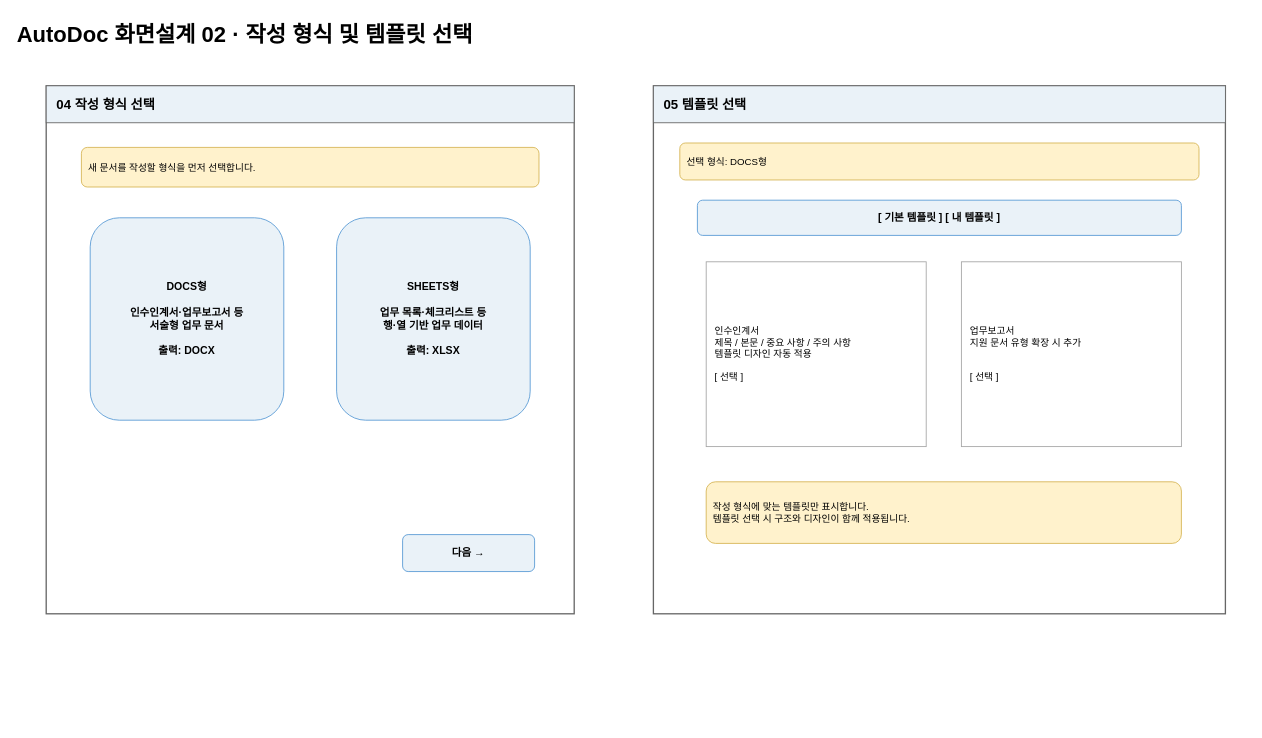
The draw.io diagram page "02 형식·템플릿선택" (2 of 14) of docs/design/AutoDoc_화면설계서.drawio in Ncoding2023/autodoc, before the edit. Source tidied: cells renumbered, new cells numbered last; positions are measured from the earlier drawing's top-left corner, leaving out a move shared by most shapes. Both pictures are drawn from the tidied source at 88%, with x=0, y=0 at pixel (15, 15).
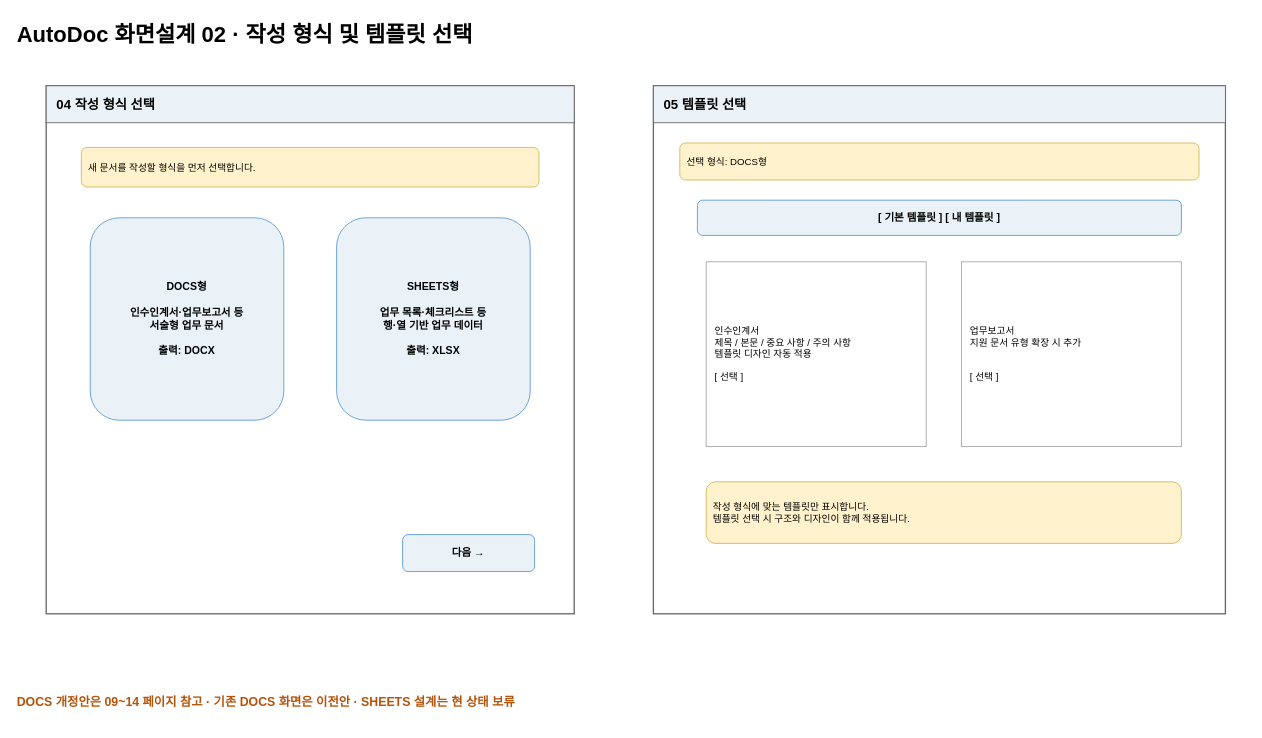
The same diagram, later.

Change to the diagram source:
```diff
@@
 <mxGraphModel>
   <root>
     <mxCell id="0" />
     <mxCell id="1" parent="0" />
     <mxCell id="2" value="AutoDoc 화면설계 02 · 작성 형식 및 템플릿 선택" style="text;html=1;fontSize=25;fontStyle=1;align=left;verticalAlign=middle;" parent="1" vertex="1">
       <mxGeometry width="1200" height="42" as="geometry" />
     </mxCell>
     <mxCell id="3" style="rounded=0;html=1;whiteSpace=wrap;fillColor=#FFFFFF;strokeColor=#666666;strokeWidth=1.5;" parent="1" vertex="1">
       <mxGeometry x="35" y="80" width="600" height="600" as="geometry" />
     </mxCell>
     <mxCell id="4" value="04 작성 형식 선택" style="rounded=0;html=1;whiteSpace=wrap;fillColor=#EAF2F8;strokeColor=#666666;fontStyle=1;fontSize=15;align=left;spacingLeft=10;" parent="1" vertex="1">
       <mxGeometry x="35" y="80" width="600" height="42" as="geometry" />
     </mxCell>
     <mxCell id="5" value="새 문서를 작성할 형식을 먼저 선택합니다." style="rounded=1;html=1;whiteSpace=wrap;fillColor=#FFF2CC;strokeColor=#D6B656;align=left;spacing=8;fontSize=11;" parent="1" vertex="1">
       <mxGeometry x="75" y="150" width="520" height="45" as="geometry" />
     </mxCell>
     <mxCell id="6" value="DOCS형&lt;br&gt;&lt;br&gt;인수인계서·업무보고서 등&lt;br&gt;서술형 업무 문서&lt;br&gt;&lt;br&gt;출력: DOCX" style="rounded=1;html=1;whiteSpace=wrap;fillColor=#EAF2F8;strokeColor=#5B9BD5;fontStyle=1;fontSize=12;" parent="1" vertex="1">
       <mxGeometry x="85" y="230" width="220" height="230" as="geometry" />
     </mxCell>
     <mxCell id="7" value="SHEETS형&lt;br&gt;&lt;br&gt;업무 목록·체크리스트 등&lt;br&gt;행·열 기반 업무 데이터&lt;br&gt;&lt;br&gt;출력: XLSX" style="rounded=1;html=1;whiteSpace=wrap;fillColor=#EAF2F8;strokeColor=#5B9BD5;fontStyle=1;fontSize=12;" parent="1" vertex="1">
       <mxGeometry x="365" y="230" width="220" height="230" as="geometry" />
     </mxCell>
     <mxCell id="8" value="다음 →" style="rounded=1;html=1;whiteSpace=wrap;fillColor=#EAF2F8;strokeColor=#5B9BD5;fontStyle=1;fontSize=12;" parent="1" vertex="1">
       <mxGeometry x="440" y="590" width="150" height="42" as="geometry" />
     </mxCell>
     <mxCell id="9" style="rounded=0;html=1;whiteSpace=wrap;fillColor=#FFFFFF;strokeColor=#666666;strokeWidth=1.5;" parent="1" vertex="1">
       <mxGeometry x="725" y="80" width="650" height="600" as="geometry" />
     </mxCell>
     <mxCell id="10" value="05 템플릿 선택" style="rounded=0;html=1;whiteSpace=wrap;fillColor=#EAF2F8;strokeColor=#666666;fontStyle=1;fontSize=15;align=left;spacingLeft=10;" parent="1" vertex="1">
       <mxGeometry x="725" y="80" width="650" height="42" as="geometry" />
     </mxCell>
     <mxCell id="11" value="선택 형식: DOCS형" style="rounded=1;html=1;whiteSpace=wrap;fillColor=#FFF2CC;strokeColor=#D6B656;align=left;spacing=8;fontSize=11;" parent="1" vertex="1">
       <mxGeometry x="755" y="145" width="590" height="42" as="geometry" />
     </mxCell>
     <mxCell id="12" value="[ 기본 템플릿 ]      [ 내 템플릿 ]" style="rounded=1;html=1;whiteSpace=wrap;fillColor=#EAF2F8;strokeColor=#5B9BD5;fontStyle=1;fontSize=12;" parent="1" vertex="1">
       <mxGeometry x="775" y="210" width="550" height="40" as="geometry" />
     </mxCell>
     <mxCell id="13" value="인수인계서&lt;br&gt;제목 / 본문 / 중요 사항 / 주의 사항&lt;br&gt;템플릿 디자인 자동 적용&lt;br&gt;&lt;br&gt;[ 선택 ]" style="rounded=0;html=1;whiteSpace=wrap;fillColor=#FFFFFF;strokeColor=#A6A6A6;align=left;spacingLeft=8;fontSize=11;" parent="1" vertex="1">
       <mxGeometry x="785" y="280" width="250" height="210" as="geometry" />
     </mxCell>
     <mxCell id="14" value="업무보고서&lt;br&gt;지원 문서 유형 확장 시 추가&lt;br&gt;&lt;br&gt;&lt;br&gt;[ 선택 ]" style="rounded=0;html=1;whiteSpace=wrap;fillColor=#FFFFFF;strokeColor=#A6A6A6;align=left;spacingLeft=8;fontSize=11;" parent="1" vertex="1">
       <mxGeometry x="1075" y="280" width="250" height="210" as="geometry" />
     </mxCell>
     <mxCell id="15" value="작성 형식에 맞는 템플릿만 표시합니다.&lt;br&gt;템플릿 선택 시 구조와 디자인이 함께 적용됩니다." style="rounded=1;html=1;whiteSpace=wrap;fillColor=#FFF2CC;strokeColor=#D6B656;align=left;spacing=8;fontSize=11;" parent="1" vertex="1">
       <mxGeometry x="785" y="530" width="540" height="70" as="geometry" />
     </mxCell>
+    <mxCell id="16" value="DOCS 개정안은 09~14 페이지 참고 · 기존 DOCS 화면은 이전안 · SHEETS 설계는 현 상태 보류" style="text;html=1;fontSize=14;fontStyle=1;fontColor=#B45309;align=left;" parent="1" vertex="1">
+      <mxGeometry y="765" width="1400" height="40" as="geometry" />
+    </mxCell>
   </root>
 </mxGraphModel>
```
